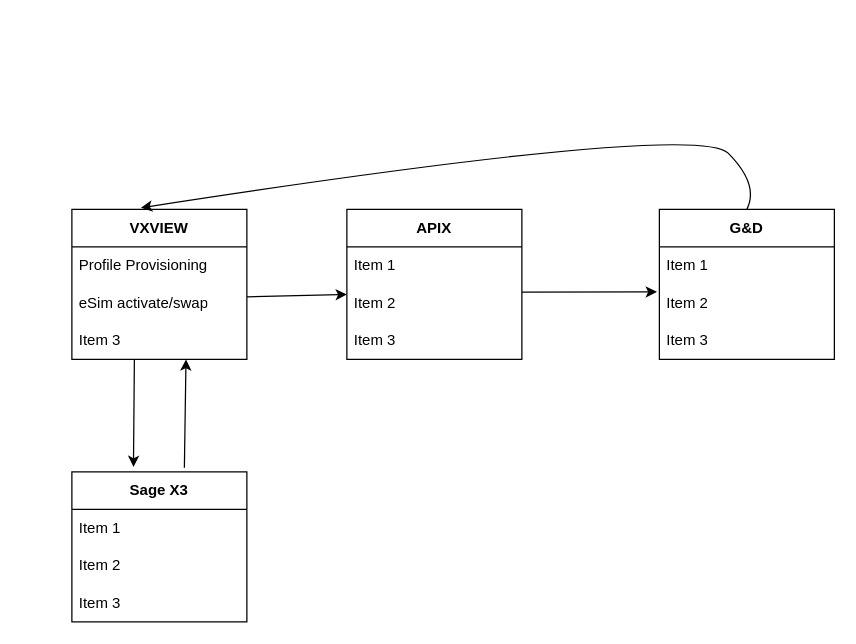
Earlier version of the draw.io diagram Untitled Diagram.drawio (Tukisi/drawio). Source tidied: cells renumbered, new cells numbered last; positions are measured from the earlier drawing's top-left corner, leaving out a move shared by most shapes. Both pictures are drawn from the tidied source at 125%, with x=0, y=0 at pixel (71, 121).
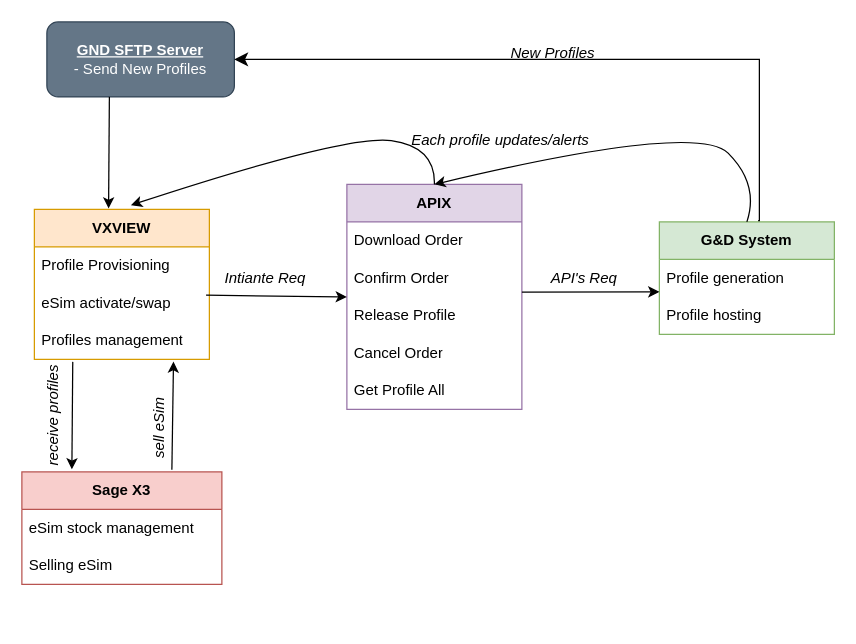
Above is the later version.

The change refers to these unchanged cells:
```xml
<mxCell id="4" value="eSim activate/swap" style="text;strokeColor=none;fillColor=none;align=left;verticalAlign=middle;spacingLeft=4;spacingRight=4;overflow=hidden;points=[[0,0.5],[1,0.5]];portConstraint=eastwest;whiteSpace=wrap;html=1;" parent="2" vertex="1">
  <mxGeometry y="60" width="140" height="30" as="geometry" />
</mxCell>
```

Diff of the diagram source:
```diff
@@
-    <mxCell id="2" value="&lt;b&gt;VXVIEW&lt;/b&gt;" style="swimlane;fontStyle=0;horizontal=1;startSize=30;whiteSpace=wrap;html=1;" parent="1" vertex="1">
-      <mxGeometry y="70" width="140" height="120" as="geometry" />
+    <mxCell id="2" value="&lt;b&gt;VXVIEW&lt;/b&gt;" style="swimlane;fontStyle=0;horizontal=1;startSize=30;whiteSpace=wrap;html=1;fillColor=#ffe6cc;strokeColor=#d79b00;" parent="1" vertex="1">
+      <mxGeometry x="-30" y="70" width="140" height="120" as="geometry" />
     </mxCell>
@@
-    <mxCell id="5" style="endArrow=classic;html=1;rounded=0;entryX=0.352;entryY=-0.033;entryDx=0;entryDy=0;entryPerimeter=0;" parent="2" edge="1" target="15">
-      <mxGeometry relative="1" as="geometry">
-        <mxPoint x="50" y="120" as="sourcePoint" />
-      </mxGeometry>
-    </mxCell>
-    <mxCell id="6" value="Item 3" style="text;strokeColor=none;fillColor=none;align=left;verticalAlign=middle;spacingLeft=4;spacingRight=4;overflow=hidden;whiteSpace=wrap;html=1;" parent="2" vertex="1">
+    <mxCell id="6" value="Profiles management" style="text;strokeColor=none;fillColor=none;align=left;verticalAlign=middle;spacingLeft=4;spacingRight=4;overflow=hidden;whiteSpace=wrap;html=1;" parent="2" vertex="1">
       <mxGeometry y="90" width="140" height="30" as="geometry" />
     </mxCell>
-    <mxCell id="7" value="&lt;b&gt;APIX&lt;/b&gt;" style="swimlane;fontStyle=0;horizontal=1;startSize=30;whiteSpace=wrap;html=1;" parent="1" vertex="1">
-      <mxGeometry x="220" y="70" width="140" height="120" as="geometry" />
+    <mxCell id="7" value="&lt;b&gt;APIX&lt;/b&gt;" style="swimlane;fontStyle=0;horizontal=1;startSize=30;whiteSpace=wrap;html=1;fillColor=#e1d5e7;strokeColor=#9673a6;" parent="1" vertex="1">
+      <mxGeometry x="220" y="50" width="140" height="180" as="geometry" />
     </mxCell>
-    <mxCell id="8" value="Item 1" style="text;strokeColor=none;fillColor=none;align=left;verticalAlign=middle;spacingLeft=4;spacingRight=4;overflow=hidden;whiteSpace=wrap;html=1;" parent="7" vertex="1">
+    <mxCell id="8" value="Download Order" style="text;strokeColor=none;fillColor=none;align=left;verticalAlign=middle;spacingLeft=4;spacingRight=4;overflow=hidden;whiteSpace=wrap;html=1;" parent="7" vertex="1">
       <mxGeometry y="30" width="140" height="30" as="geometry" />
     </mxCell>
-    <mxCell id="9" value="Item 2" style="text;strokeColor=none;fillColor=none;align=left;verticalAlign=middle;spacingLeft=4;spacingRight=4;overflow=hidden;points=[[0,0.5],[1,0.5]];portConstraint=eastwest;whiteSpace=wrap;html=1;" parent="7" vertex="1">
+    <mxCell id="9" value="Confirm Order" style="text;strokeColor=none;fillColor=none;align=left;verticalAlign=middle;spacingLeft=4;spacingRight=4;overflow=hidden;points=[[0,0.5],[1,0.5]];portConstraint=eastwest;whiteSpace=wrap;html=1;" parent="7" vertex="1">
       <mxGeometry y="60" width="140" height="30" as="geometry" />
     </mxCell>
-    <mxCell id="10" value="Item 3" style="text;strokeColor=none;fillColor=none;align=left;verticalAlign=middle;spacingLeft=4;spacingRight=4;overflow=hidden;points=[[0,0.5],[1,0.5]];portConstraint=eastwest;whiteSpace=wrap;html=1;" parent="7" vertex="1">
+    <mxCell id="10" value="Release Profile" style="text;strokeColor=none;fillColor=none;align=left;verticalAlign=middle;spacingLeft=4;spacingRight=4;overflow=hidden;points=[[0,0.5],[1,0.5]];portConstraint=eastwest;whiteSpace=wrap;html=1;" parent="7" vertex="1">
       <mxGeometry y="90" width="140" height="30" as="geometry" />
     </mxCell>
+    <mxCell id="23" value="Cancel Order" style="text;strokeColor=none;fillColor=none;align=left;verticalAlign=middle;spacingLeft=4;spacingRight=4;overflow=hidden;whiteSpace=wrap;html=1;" parent="7" vertex="1">
+      <mxGeometry y="120" width="140" height="30" as="geometry" />
+    </mxCell>
+    <mxCell id="24" value="Get Profile All" style="text;strokeColor=none;fillColor=none;align=left;verticalAlign=middle;spacingLeft=4;spacingRight=4;overflow=hidden;whiteSpace=wrap;html=1;" parent="7" vertex="1">
+      <mxGeometry y="150" width="140" height="30" as="geometry" />
+    </mxCell>
-    <mxCell id="11" value="&lt;b&gt;G&amp;amp;D&lt;/b&gt;" style="swimlane;fontStyle=0;horizontal=1;startSize=30;whiteSpace=wrap;html=1;" parent="1" vertex="1">
-      <mxGeometry x="470" y="70" width="140" height="120" as="geometry" />
+    <mxCell id="11" value="&lt;b&gt;G&amp;amp;D System&lt;/b&gt;" style="swimlane;fontStyle=0;horizontal=1;startSize=30;whiteSpace=wrap;html=1;fillColor=#d5e8d4;strokeColor=#82b366;" parent="1" vertex="1">
+      <mxGeometry x="470" y="80" width="140" height="90" as="geometry" />
     </mxCell>
-    <mxCell id="12" value="Item 1" style="text;strokeColor=none;fillColor=none;align=left;verticalAlign=middle;spacingLeft=4;spacingRight=4;overflow=hidden;whiteSpace=wrap;html=1;" parent="11" vertex="1">
+    <mxCell id="12" value="Profile generation" style="text;strokeColor=none;fillColor=none;align=left;verticalAlign=middle;spacingLeft=4;spacingRight=4;overflow=hidden;whiteSpace=wrap;html=1;" parent="11" vertex="1">
       <mxGeometry y="30" width="140" height="30" as="geometry" />
     </mxCell>
-    <mxCell id="13" value="Item 2" style="text;strokeColor=none;fillColor=none;align=left;verticalAlign=middle;spacingLeft=4;spacingRight=4;overflow=hidden;points=[[0,0.5],[1,0.5]];portConstraint=eastwest;whiteSpace=wrap;html=1;" parent="11" vertex="1">
+    <mxCell id="13" value="Profile hosting" style="text;strokeColor=none;fillColor=none;align=left;verticalAlign=middle;spacingLeft=4;spacingRight=4;overflow=hidden;points=[[0,0.5],[1,0.5]];portConstraint=eastwest;whiteSpace=wrap;html=1;" parent="11" vertex="1">
       <mxGeometry y="60" width="140" height="30" as="geometry" />
     </mxCell>
-    <mxCell id="14" value="Item 3" style="text;strokeColor=none;fillColor=none;align=left;verticalAlign=middle;spacingLeft=4;spacingRight=4;overflow=hidden;whiteSpace=wrap;html=1;" parent="11" vertex="1">
-      <mxGeometry y="90" width="140" height="30" as="geometry" />
-    </mxCell>
-    <mxCell id="15" value="&lt;b&gt;Sage X3&lt;/b&gt;" style="swimlane;fontStyle=0;horizontal=1;startSize=30;whiteSpace=wrap;html=1;" parent="1" vertex="1">
-      <mxGeometry y="280" width="140" height="120" as="geometry" />
+    <mxCell id="15" value="&lt;b&gt;Sage X3&lt;/b&gt;" style="swimlane;fontStyle=0;horizontal=1;startSize=30;whiteSpace=wrap;html=1;fillColor=#f8cecc;strokeColor=#b85450;" parent="1" vertex="1">
+      <mxGeometry x="-40" y="280" width="160" height="90" as="geometry" />
     </mxCell>
-    <mxCell id="16" value="Item 1" style="text;strokeColor=none;fillColor=none;align=left;verticalAlign=middle;spacingLeft=4;spacingRight=4;overflow=hidden;whiteSpace=wrap;html=1;" parent="15" vertex="1">
-      <mxGeometry y="30" width="140" height="30" as="geometry" />
+    <mxCell id="16" value="eSim stock management" style="text;strokeColor=none;fillColor=none;align=left;verticalAlign=middle;spacingLeft=4;spacingRight=4;overflow=hidden;whiteSpace=wrap;html=1;" parent="15" vertex="1">
+      <mxGeometry y="30" width="160" height="30" as="geometry" />
     </mxCell>
-    <mxCell id="17" value="Item 2" style="text;strokeColor=none;fillColor=none;align=left;verticalAlign=middle;spacingLeft=4;spacingRight=4;overflow=hidden;whiteSpace=wrap;html=1;" parent="15" vertex="1">
-      <mxGeometry y="60" width="140" height="30" as="geometry" />
+    <mxCell id="17" value="Selling eSim" style="text;strokeColor=none;fillColor=none;align=left;verticalAlign=middle;spacingLeft=4;spacingRight=4;overflow=hidden;whiteSpace=wrap;html=1;" parent="15" vertex="1">
+      <mxGeometry y="60" width="160" height="30" as="geometry" />
     </mxCell>
-    <mxCell id="18" value="Item 3" style="text;strokeColor=none;fillColor=none;align=left;verticalAlign=middle;spacingLeft=4;spacingRight=4;overflow=hidden;whiteSpace=wrap;html=1;" parent="15" vertex="1">
-      <mxGeometry y="90" width="140" height="30" as="geometry" />
-    </mxCell>
-    <mxCell id="19" style="endArrow=classic;html=1;rounded=0;entryX=0;entryY=0.267;entryDx=0;entryDy=0;entryPerimeter=0;" parent="1" edge="1" target="9">
-      <mxGeometry relative="1" as="geometry">
-        <mxPoint x="140" y="140" as="sourcePoint" />
-      </mxGeometry>
+    <mxCell id="19" style="endArrow=classic;html=1;rounded=0;entryX=0;entryY=0;entryDx=0;entryDy=0;entryPerimeter=0;exitX=0.981;exitY=0.289;exitDx=0;exitDy=0;exitPerimeter=0;" parent="1" edge="1" source="4" target="10">
+      <mxGeometry relative="1" as="geometry" />
     </mxCell>
-    <mxCell id="20" style="endArrow=classic;html=1;rounded=0;entryX=-0.014;entryY=0.2;entryDx=0;entryDy=0;entryPerimeter=0;" parent="1" edge="1" target="13">
+    <mxCell id="20" style="endArrow=classic;html=1;rounded=0;" parent="1" edge="1">
       <mxGeometry relative="1" as="geometry">
         <mxPoint x="360" y="136.2" as="sourcePoint" />
+        <mxPoint x="470" y="136" as="targetPoint" />
       </mxGeometry>
     </mxCell>
     <mxCell id="21" style="endArrow=classic;html=1;rounded=0;entryX=0.438;entryY=1.111;entryDx=0;entryDy=0;entryPerimeter=0;" parent="1" edge="1">
       <mxGeometry relative="1" as="geometry">
-        <mxPoint x="90" y="276.7" as="sourcePoint" />
-        <mxPoint x="91.3" y="190" as="targetPoint" />
+        <mxPoint x="80" y="278.3" as="sourcePoint" />
+        <mxPoint x="81.3" y="191.7" as="targetPoint" />
       </mxGeometry>
     </mxCell>
-    <mxCell id="22" style="curved=1;endArrow=classic;html=1;rounded=0;entryX=0.395;entryY=-0.011;entryDx=0;entryDy=0;entryPerimeter=0;" parent="1" edge="1" target="2">
+    <mxCell id="22" style="curved=1;endArrow=classic;html=1;rounded=0;entryX=0.5;entryY=0;entryDx=0;entryDy=0;exitX=0.5;exitY=0;exitDx=0;exitDy=0;" parent="1" edge="1" source="11" target="7">
       <mxGeometry relative="1" as="geometry">
-        <mxPoint x="540" y="70" as="sourcePoint" />
         <Array as="points">
           <mxPoint x="550" y="50" />
           <mxPoint x="500" />
         </Array>
       </mxGeometry>
     </mxCell>
+    <mxCell id="25" value="&lt;span style=&quot;background-color: transparent; color: light-dark(rgb(0, 0, 0), rgb(255, 255, 255));&quot;&gt;Each profile updates/alerts&lt;/span&gt;" style="text;html=1;whiteSpace=wrap;strokeColor=none;fillColor=none;align=left;verticalAlign=middle;rounded=0;fontStyle=2;" parent="1" vertex="1">
+      <mxGeometry x="270" width="160" height="30" as="geometry" />
+    </mxCell>
+    <mxCell id="26" value="API's Req" style="text;html=1;whiteSpace=wrap;strokeColor=none;fillColor=none;align=center;verticalAlign=middle;rounded=0;fontStyle=2;" parent="1" vertex="1">
+      <mxGeometry x="380" y="110" width="60" height="30" as="geometry" />
+    </mxCell>
+    <mxCell id="5" style="endArrow=classic;html=1;rounded=0;entryX=0.352;entryY=-0.033;entryDx=0;entryDy=0;entryPerimeter=0;" parent="1" edge="1">
+      <mxGeometry relative="1" as="geometry">
+        <mxPoint x="0.7" y="192" as="sourcePoint" />
+        <mxPoint y="278" as="targetPoint" />
+      </mxGeometry>
+    </mxCell>
+    <mxCell id="27" value="Intiante Req" style="text;html=1;whiteSpace=wrap;strokeColor=none;fillColor=none;align=center;verticalAlign=middle;rounded=0;fontStyle=2;" parent="1" vertex="1">
+      <mxGeometry x="120" y="110" width="70" height="30" as="geometry" />
+    </mxCell>
+    <mxCell id="28" style="curved=1;endArrow=classic;html=1;rounded=0;entryX=0.552;entryY=-0.028;entryDx=0;entryDy=0;entryPerimeter=0;" parent="1" edge="1" target="2">
+      <mxGeometry relative="1" as="geometry">
+        <mxPoint x="290" y="50" as="sourcePoint" />
+        <Array as="points">
+          <mxPoint x="291" y="20" />
+          <mxPoint x="220" y="10" />
+        </Array>
+      </mxGeometry>
+    </mxCell>
+    <mxCell id="29" value="receive profiles" style="text;html=1;whiteSpace=wrap;strokeColor=none;fillColor=none;align=center;verticalAlign=middle;rounded=0;rotation=-90;fontStyle=2;" parent="1" vertex="1">
+      <mxGeometry x="-60" y="220" width="90" height="30" as="geometry" />
+    </mxCell>
+    <mxCell id="30" value="sell eSim" style="text;html=1;whiteSpace=wrap;strokeColor=none;fillColor=none;align=center;verticalAlign=middle;rounded=0;rotation=270;fontStyle=2;" parent="1" vertex="1">
+      <mxGeometry x="40" y="230" width="60" height="30" as="geometry" />
+    </mxCell>
+    <mxCell id="31" value="&lt;u&gt;&lt;b style=&quot;background-color: transparent; color: light-dark(rgb(255, 255, 255), rgb(18, 18, 18));&quot;&gt;GND SFTP Server&lt;/b&gt;&lt;br&gt;&lt;/u&gt;&lt;span style=&quot;background-color: transparent; color: light-dark(rgb(255, 255, 255), rgb(18, 18, 18));&quot;&gt;- Send New Profiles&lt;/span&gt;" style="rounded=1;whiteSpace=wrap;html=1;fillColor=#647687;fontColor=#ffffff;strokeColor=#314354;align=center;" parent="1" vertex="1">
+      <mxGeometry x="-20" y="-80" width="150" height="60" as="geometry" />
+    </mxCell>
+    <mxCell id="32" style="endArrow=classic;html=1;rounded=0;entryX=0.424;entryY=-0.006;entryDx=0;entryDy=0;entryPerimeter=0;" parent="1" edge="1" target="2">
+      <mxGeometry relative="1" as="geometry">
+        <mxPoint x="30" y="-20" as="sourcePoint" />
+      </mxGeometry>
+    </mxCell>
+    <mxCell id="33" style="edgeStyle=segmentEdgeStyle;endArrow=classic;html=1;curved=0;rounded=0;endSize=8;startSize=8;entryX=1;entryY=0.5;entryDx=0;entryDy=0;exitX=0.6;exitY=-0.022;exitDx=0;exitDy=0;exitPerimeter=0;" parent="1" edge="1" target="31">
+      <mxGeometry relative="1" as="geometry">
+        <mxPoint x="549" y="79" as="sourcePoint" />
+        <Array as="points">
+          <mxPoint x="550" y="79" />
+          <mxPoint x="550" y="-50" />
+        </Array>
+      </mxGeometry>
+    </mxCell>
+    <mxCell id="34" value="New Profiles" style="text;html=1;whiteSpace=wrap;strokeColor=none;fillColor=none;align=center;verticalAlign=middle;rounded=0;fontStyle=2;" parent="1" vertex="1">
+      <mxGeometry x="340" y="-70" width="90" height="30" as="geometry" />
+    </mxCell>
```
